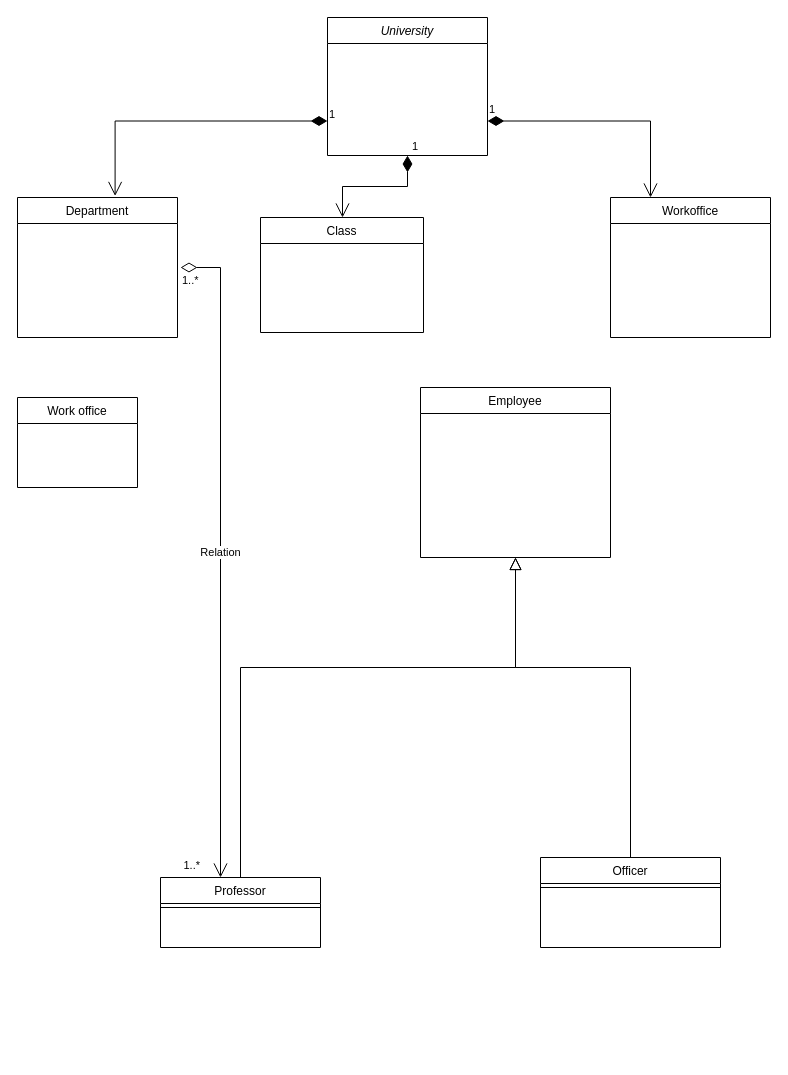
Above: Untitled Diagram.drawio in tgbirmak/Nesne-Y-nelimli-Programlama (draw.io), before the change. Source tidied: cells renumbered, new cells numbered last; positions are measured from the earlier drawing's top-left corner, leaving out a move shared by most shapes. Both pictures are drawn from the tidied source at 100%, with x=0, y=0 at pixel (17, 17).
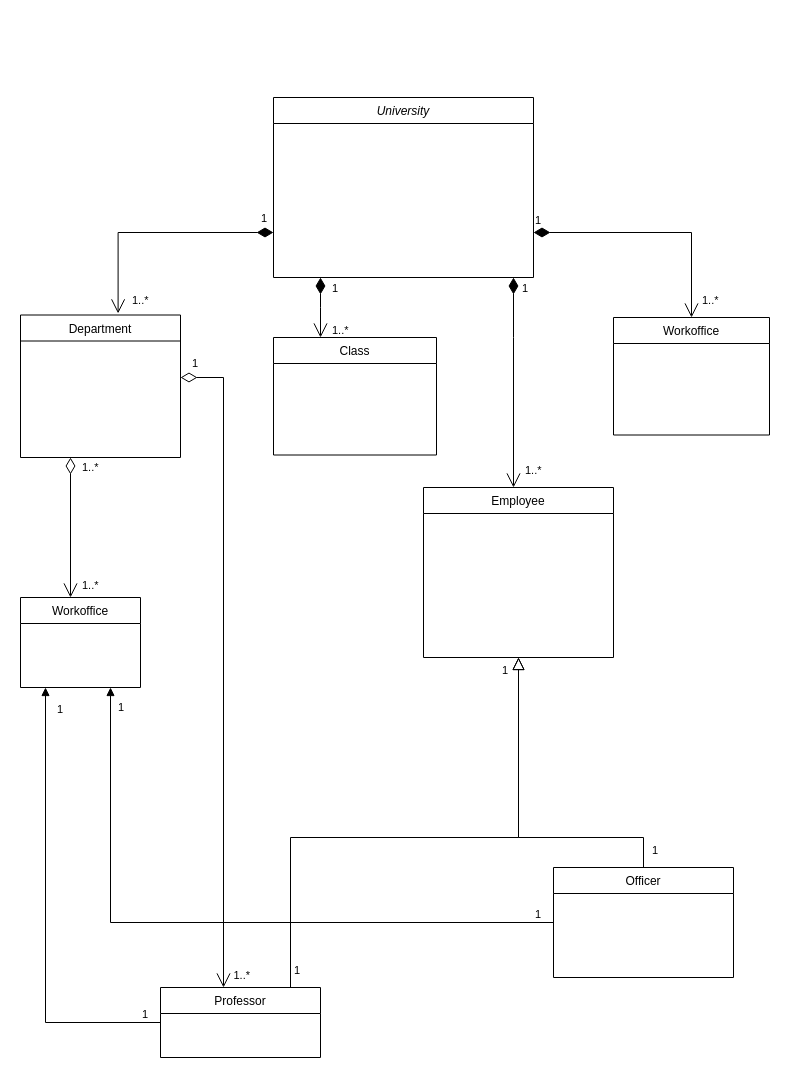
Above is the later version.

Diff of the diagram source:
```diff
@@
     <mxCell id="2" value="University" style="swimlane;fontStyle=2;align=center;verticalAlign=top;horizontal=1;startSize=26;rounded=0;shadow=0;strokeWidth=1;" parent="1" vertex="1">
-      <mxGeometry x="310" width="160" height="138" as="geometry" />
+      <mxGeometry x="256" y="80" width="260" height="180" as="geometry" />
     </mxCell>
     <mxCell id="3" value="Officer" style="swimlane;fontStyle=0;align=center;verticalAlign=top;horizontal=1;startSize=26;rounded=0;shadow=0;strokeWidth=1;" parent="1" vertex="1">
-      <mxGeometry x="523" y="840" width="180" height="90" as="geometry" />
+      <mxGeometry x="536" y="850" width="180" height="110" as="geometry" />
     </mxCell>
-    <mxCell id="4" style="line;html=1;strokeWidth=1;align=left;verticalAlign=middle;spacingTop=-1;spacingLeft=3;spacingRight=3;labelPosition=right;" parent="3" vertex="1">
-      <mxGeometry y="26" width="180" height="8" as="geometry" />
-    </mxCell>
     <mxCell id="5" style="endArrow=block;endSize=10;endFill=0;shadow=0;strokeWidth=1;rounded=0;edgeStyle=elbowEdgeStyle;elbow=vertical;exitX=0.5;exitY=0;exitDx=0;exitDy=0;entryX=0.5;entryY=1;entryDx=0;entryDy=0;" parent="1" edge="1" source="3" target="19">
       <mxGeometry relative="1" as="geometry">
         <Array as="points">
-          <mxPoint x="513" y="650" />
-          <mxPoint x="480" y="370" />
-          <mxPoint x="440" y="360" />
-          <mxPoint x="570" y="370" />
-          <mxPoint x="440" y="310" />
+          <mxPoint x="533" y="820" />
+          <mxPoint x="483" y="470" />
+          <mxPoint x="443" y="460" />
+          <mxPoint x="573" y="470" />
+          <mxPoint x="443" y="410" />
         </Array>
       </mxGeometry>
     </mxCell>
     <mxCell id="6" value="Professor" style="swimlane;fontStyle=0;align=center;verticalAlign=top;horizontal=1;startSize=26;rounded=0;shadow=0;strokeWidth=1;" parent="1" vertex="1">
-      <mxGeometry x="143" y="860" width="160" height="70" as="geometry" />
+      <mxGeometry x="143" y="970" width="160" height="70" as="geometry" />
     </mxCell>
-    <mxCell id="7" style="line;html=1;strokeWidth=1;align=left;verticalAlign=middle;spacingTop=-1;spacingLeft=3;spacingRight=3;labelPosition=right;" parent="6" vertex="1">
-      <mxGeometry y="26" width="160" height="8" as="geometry" />
-    </mxCell>
     <mxCell id="8" style="endArrow=block;endSize=10;endFill=0;shadow=0;strokeWidth=1;rounded=0;edgeStyle=elbowEdgeStyle;elbow=vertical;entryX=0.5;entryY=1;entryDx=0;entryDy=0;" parent="1" edge="1" source="6" target="19">
       <mxGeometry relative="1" as="geometry">
         <Array as="points">
-          <mxPoint x="333" y="650" />
-          <mxPoint x="440" y="370" />
-          <mxPoint x="440" y="350" />
+          <mxPoint x="273" y="820" />
+          <mxPoint x="333" y="790" />
+          <mxPoint x="263" y="740" />
+          <mxPoint x="463" y="680" />
+          <mxPoint x="453" y="710" />
+          <mxPoint x="423" y="730" />
+          <mxPoint x="383" y="750" />
+          <mxPoint x="336" y="750" />
+          <mxPoint x="443" y="470" />
+          <mxPoint x="443" y="450" />
         </Array>
       </mxGeometry>
     </mxCell>
     <mxCell id="9" value="Workoffice" style="swimlane;fontStyle=0;align=center;verticalAlign=top;horizontal=1;startSize=26;rounded=0;shadow=0;strokeWidth=1;" parent="1" vertex="1">
-      <mxGeometry x="593" y="180" width="160" height="140" as="geometry" />
+      <mxGeometry x="596" y="300" width="156" height="117.5" as="geometry" />
     </mxCell>
     <mxCell id="10" value="Department" style="swimlane;fontStyle=0;align=center;verticalAlign=top;horizontal=1;startSize=26;rounded=0;shadow=0;strokeWidth=1;" parent="1" vertex="1">
-      <mxGeometry y="180" width="160" height="140" as="geometry" />
+      <mxGeometry x="3" y="297.5" width="160" height="142.5" as="geometry" />
     </mxCell>
-    <mxCell id="11" value="Work office" style="swimlane;fontStyle=0;align=center;verticalAlign=top;horizontal=1;startSize=26;rounded=0;shadow=0;strokeWidth=1;" parent="1" vertex="1">
-      <mxGeometry y="380" width="120" height="90" as="geometry" />
+    <mxCell id="11" value="Workoffice" style="swimlane;fontStyle=0;align=center;verticalAlign=top;horizontal=1;startSize=26;rounded=0;shadow=0;strokeWidth=1;" parent="1" vertex="1">
+      <mxGeometry x="3" y="580" width="120" height="90" as="geometry" />
     </mxCell>
     <mxCell id="12" value="Class" style="swimlane;fontStyle=0;align=center;verticalAlign=top;horizontal=1;startSize=26;rounded=0;shadow=0;strokeWidth=1;" parent="1" vertex="1">
-      <mxGeometry x="243" y="200" width="163" height="115" as="geometry" />
+      <mxGeometry x="256" y="320" width="163" height="117.5" as="geometry" />
     </mxCell>
     <mxCell id="13" value="1" style="endArrow=open;html=1;endSize=12;startArrow=diamondThin;startSize=14;startFill=1;edgeStyle=orthogonalEdgeStyle;align=left;verticalAlign=bottom;rounded=0;entryX=0.61;entryY=-0.011;entryDx=0;entryDy=0;entryPerimeter=0;exitX=0;exitY=0.75;exitDx=0;exitDy=0;" parent="1" edge="1" source="2" target="10">
-      <mxGeometry x="-1" y="3" relative="1" as="geometry" />
+      <mxGeometry x="-0.88" y="-5" relative="1" as="geometry" />
     </mxCell>
-    <mxCell id="14" value="1" style="endArrow=open;html=1;endSize=12;startArrow=diamondThin;startSize=14;startFill=1;edgeStyle=orthogonalEdgeStyle;align=left;verticalAlign=bottom;rounded=0;exitX=0.5;exitY=1;exitDx=0;exitDy=0;" parent="1" edge="1" source="2" target="12">
-      <mxGeometry x="-1" y="3" relative="1" as="geometry">
+    <mxCell id="14" value="1" style="endArrow=open;html=1;endSize=12;startArrow=diamondThin;startSize=14;startFill=1;edgeStyle=orthogonalEdgeStyle;align=left;verticalAlign=bottom;rounded=0;" parent="1" edge="1" target="12">
+      <mxGeometry x="-0.33" y="10" relative="1" as="geometry">
+        <mxPoint x="303" y="260" as="sourcePoint" />
         <Array as="points">
-          <mxPoint x="390" y="169" />
-          <mxPoint x="325" y="169" />
+          <mxPoint x="303" y="290" />
+          <mxPoint x="303" y="290" />
         </Array>
       </mxGeometry>
     </mxCell>
-    <mxCell id="15" value="1" style="endArrow=open;html=1;endSize=12;startArrow=diamondThin;startSize=14;startFill=1;edgeStyle=orthogonalEdgeStyle;align=left;verticalAlign=bottom;rounded=0;exitX=1;exitY=0.75;exitDx=0;exitDy=0;entryX=0.25;entryY=0;entryDx=0;entryDy=0;" parent="1" edge="1" source="2" target="9">
+    <mxCell id="15" value="1" style="endArrow=open;html=1;endSize=12;startArrow=diamondThin;startSize=14;startFill=1;edgeStyle=orthogonalEdgeStyle;align=left;verticalAlign=bottom;rounded=0;exitX=1;exitY=0.75;exitDx=0;exitDy=0;entryX=0.5;entryY=0;entryDx=0;entryDy=0;" parent="1" edge="1" source="2" target="9">
       <mxGeometry x="-1" y="3" relative="1" as="geometry" />
     </mxCell>
-    <mxCell id="16" value="Relation" style="endArrow=open;html=1;endSize=12;startArrow=diamondThin;startSize=14;startFill=0;edgeStyle=orthogonalEdgeStyle;rounded=0;" parent="1" edge="1" target="6">
+    <mxCell id="16" style="endArrow=open;html=1;endSize=12;startArrow=diamondThin;startSize=14;startFill=0;edgeStyle=orthogonalEdgeStyle;rounded=0;" parent="1" edge="1" target="6">
       <mxGeometry relative="1" as="geometry">
-        <mxPoint x="163" y="250" as="sourcePoint" />
+        <mxPoint x="163" y="360" as="sourcePoint" />
         <Array as="points">
-          <mxPoint x="203" y="250" />
+          <mxPoint x="163" y="360" />
+          <mxPoint x="206" y="360" />
         </Array>
       </mxGeometry>
     </mxCell>
-    <mxCell id="17" value="1..*" style="edgeLabel;html=1;align=left;verticalAlign=top;" parent="16" vertex="1">
-      <mxGeometry x="-1" relative="1" as="geometry" />
+    <mxCell id="17" value="1" style="edgeLabel;html=1;align=left;verticalAlign=top;" parent="16" vertex="1">
+      <mxGeometry x="-1" relative="1" as="geometry">
+        <mxPoint x="10" y="-27" as="offset" />
+      </mxGeometry>
     </mxCell>
     <mxCell id="18" value="1..*" style="edgeLabel;html=1;align=right;verticalAlign=top;" parent="16" vertex="1">
       <mxGeometry x="1" relative="1" as="geometry">
-        <mxPoint x="-20" y="-25" as="offset" />
+        <mxPoint x="27" y="-25" as="offset" />
       </mxGeometry>
     </mxCell>
     <mxCell id="19" value="Employee" style="swimlane;fontStyle=0;align=center;verticalAlign=top;horizontal=1;startSize=26;rounded=0;shadow=0;strokeWidth=1;" parent="1" vertex="1">
-      <mxGeometry x="403" y="370" width="190" height="170" as="geometry" />
+      <mxGeometry x="406" y="470" width="190" height="170" as="geometry" />
     </mxCell>
+    <mxCell id="20" value="1..*" style="edgeLabel;html=1;align=left;verticalAlign=top;" parent="1" vertex="1">
+      <mxGeometry x="63" y="555" as="geometry" />
+    </mxCell>
+    <mxCell id="21" value="1..*" style="edgeLabel;html=1;align=left;verticalAlign=top;" parent="1" vertex="1">
+      <mxGeometry x="313" y="300" as="geometry" />
+    </mxCell>
+    <mxCell id="22" value="1..*" style="edgeLabel;html=1;align=left;verticalAlign=top;rotation=0;" parent="1" vertex="1">
+      <mxGeometry x="683" y="270" as="geometry" />
+    </mxCell>
+    <mxCell id="23" value="1..*" style="edgeLabel;html=1;align=left;verticalAlign=top;" parent="1" vertex="1">
+      <mxGeometry x="113" y="270" as="geometry" />
+    </mxCell>
+    <mxCell id="24" value="1" style="edgeLabel;html=1;align=left;verticalAlign=top;" parent="1" vertex="1">
+      <mxGeometry x="483" y="640" as="geometry" />
+    </mxCell>
+    <mxCell id="25" value="1" style="edgeLabel;html=1;align=left;verticalAlign=top;" parent="1" vertex="1">
+      <mxGeometry x="633" y="820" as="geometry" />
+    </mxCell>
+    <mxCell id="26" value="1" style="edgeLabel;html=1;align=left;verticalAlign=top;" parent="1" vertex="1">
+      <mxGeometry x="256" y="960" as="geometry">
+        <mxPoint x="19" y="-20" as="offset" />
+      </mxGeometry>
+    </mxCell>
+    <mxCell id="27" value="1..*" style="edgeLabel;html=1;align=left;verticalAlign=top;" parent="1" vertex="1">
+      <mxGeometry x="506" y="440" as="geometry" />
+    </mxCell>
+    <mxCell id="28" value="1" style="endArrow=open;html=1;endSize=12;startArrow=diamondThin;startSize=14;startFill=1;edgeStyle=orthogonalEdgeStyle;align=left;verticalAlign=bottom;rounded=0;" parent="1" edge="1" target="19">
+      <mxGeometry x="-0.81" y="7" relative="1" as="geometry">
+        <mxPoint x="496" y="260" as="sourcePoint" />
+        <Array as="points">
+          <mxPoint x="496" y="320" />
+          <mxPoint x="496" y="320" />
+        </Array>
+      </mxGeometry>
+    </mxCell>
+    <mxCell id="29" value="1..*" style="endArrow=open;html=1;endSize=12;startArrow=diamondThin;startSize=14;startFill=0;edgeStyle=orthogonalEdgeStyle;align=left;verticalAlign=bottom;rounded=0;" parent="1" edge="1">
+      <mxGeometry x="-0.73" y="10" relative="1" as="geometry">
+        <mxPoint x="53" y="440" as="sourcePoint" />
+        <mxPoint x="53" y="580" as="targetPoint" />
+        <Array as="points">
+          <mxPoint x="53" y="580" />
+        </Array>
+      </mxGeometry>
+    </mxCell>
+    <mxCell id="30" style="endArrow=block;endFill=1;html=1;edgeStyle=orthogonalEdgeStyle;align=left;verticalAlign=top;rounded=0;entryX=0.75;entryY=1;entryDx=0;entryDy=0;exitX=0;exitY=0.5;exitDx=0;exitDy=0;" parent="1" edge="1" source="3" target="11">
+      <mxGeometry x="-0.76" y="55" relative="1" as="geometry">
+        <Array as="points">
+          <mxPoint x="93" y="905" />
+        </Array>
+      </mxGeometry>
+    </mxCell>
+    <mxCell id="31" value="1" style="edgeLabel;html=1;align=left;verticalAlign=bottom;" parent="30" vertex="1">
+      <mxGeometry x="-1" relative="1" as="geometry">
+        <mxPoint x="-20" as="offset" />
+      </mxGeometry>
+    </mxCell>
+    <mxCell id="32" value="1" style="edgeLabel;html=1;align=left;verticalAlign=bottom;" parent="1" vertex="1">
+      <mxGeometry x="473" y="880" as="geometry">
+        <mxPoint x="-374" y="-182" as="offset" />
+      </mxGeometry>
+    </mxCell>
+    <mxCell id="33" style="endArrow=block;endFill=1;html=1;edgeStyle=orthogonalEdgeStyle;align=left;verticalAlign=top;rounded=0;entryX=0.75;entryY=1;entryDx=0;entryDy=0;exitX=0;exitY=0.5;exitDx=0;exitDy=0;" parent="1" edge="1" source="6">
+      <mxGeometry x="-0.76" y="55" relative="1" as="geometry">
+        <mxPoint x="28" y="670" as="targetPoint" />
+        <Array as="points">
+          <mxPoint x="28" y="1005" />
+        </Array>
+      </mxGeometry>
+    </mxCell>
+    <mxCell id="34" value="1" style="edgeLabel;html=1;align=left;verticalAlign=bottom;" parent="33" vertex="1">
+      <mxGeometry x="-1" relative="1" as="geometry">
+        <mxPoint x="-20" as="offset" />
+      </mxGeometry>
+    </mxCell>
+    <mxCell id="35" value="1" style="edgeLabel;html=1;align=left;verticalAlign=bottom;" parent="1" vertex="1">
+      <mxGeometry x="133" y="960" as="geometry">
+        <mxPoint x="-95" y="-260" as="offset" />
+      </mxGeometry>
+    </mxCell>
```
